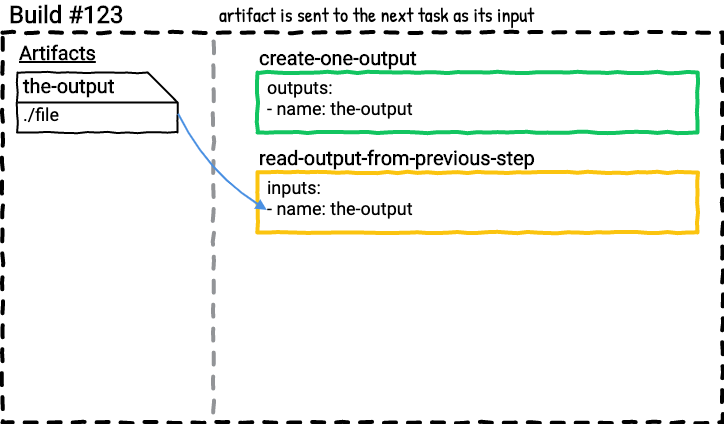
This is tasks-inputs-101/diagrams/example-one/03.png from taylorsilva/posts, a draw.io export, as it was before one commit. Source tidied: cells renumbered, new cells last; positions are measured from the earlier drawing's top-left corner, leaving out a move shared by most shapes. Source of this version:
```xml
<mxGraphModel>
  <root>
    <mxCell id="0" />
    <mxCell id="1" parent="0" />
    <mxCell id="2" style="whiteSpace=wrap;html=1;dashed=1;strokeWidth=4;comic=1;fillColor=none;spacing=2;" parent="1" vertex="1">
      <mxGeometry y="28" width="720" height="390" as="geometry" />
    </mxCell>
    <mxCell id="3" style="endArrow=none;dashed=1;html=1;strokeWidth=4;comic=1;anchorPointDirection=0;exitX=0.293;exitY=0;exitDx=0;exitDy=0;exitPerimeter=0;strokeColor=#929497;" parent="1" edge="1">
      <mxGeometry relative="1" as="geometry">
        <mxPoint x="211" y="37" as="sourcePoint" />
        <mxPoint x="211" y="417" as="targetPoint" />
      </mxGeometry>
    </mxCell>
    <mxCell id="4" value="Untitled Layer" parent="0" />
    <mxCell id="5" value="Build #123" style="text;html=1;strokeColor=none;fillColor=none;align=left;verticalAlign=middle;whiteSpace=wrap;rounded=0;comic=1;fontStyle=1;fontFamily=Roboto;FType=g;fontSize=24;" parent="4" vertex="1">
      <mxGeometry x="5" width="200" height="20" as="geometry" />
    </mxCell>
    <mxCell id="6" value="artifact is sent to the next task as its input" style="text;html=1;strokeColor=none;fillColor=none;align=left;verticalAlign=middle;whiteSpace=wrap;rounded=0;comic=1;fontFamily=Patrick Hand;FType=g;fontSize=20;" parent="4" vertex="1">
      <mxGeometry x="215" width="500" height="20" as="geometry" />
    </mxCell>
    <mxCell id="7" value="Artifacts" style="text;html=1;strokeColor=none;fillColor=none;align=left;verticalAlign=middle;whiteSpace=wrap;rounded=0;comic=1;fontStyle=5;fontFamily=Roboto;FType=g;fontSize=20;" parent="4" vertex="1">
      <mxGeometry x="15" y="38" width="90" height="20" as="geometry" />
    </mxCell>
    <mxCell id="8" style="group;" parent="4" vertex="1">
      <mxGeometry x="15" y="68" width="160" height="130" as="geometry" />
    </mxCell>
    <mxCell id="9" style="shape=card;whiteSpace=wrap;html=1;comic=1;strokeWidth=2;fillColor=none;direction=south;" parent="8" vertex="1">
      <mxGeometry width="160" height="60" as="geometry" />
    </mxCell>
    <mxCell id="10" value="the-output" style="text;html=1;strokeColor=none;fillColor=none;align=left;verticalAlign=middle;whiteSpace=wrap;rounded=0;comic=1;fontFamily=Roboto;fontSize=20;fontStyle=1;" parent="8" vertex="1">
      <mxGeometry x="4" y="3" width="126" height="20" as="geometry" />
    </mxCell>
    <mxCell id="11" value="./file" style="text;html=1;strokeColor=none;fillColor=none;align=center;verticalAlign=middle;whiteSpace=wrap;rounded=0;comic=1;fontFamily=Roboto;fontSize=18;" parent="8" vertex="1">
      <mxGeometry x="4" y="32" width="40" height="20" as="geometry" />
    </mxCell>
    <mxCell id="12" style="endArrow=none;html=1;strokeColor=#000000;strokeWidth=2;fontFamily=Roboto;fontSize=18;exitX=0.5;exitY=1;exitDx=0;exitDy=0;exitPerimeter=0;anchorPointDirection=0;" parent="8" edge="1" source="9">
      <mxGeometry relative="1" as="geometry">
        <mxPoint x="160" y="30" as="targetPoint" />
      </mxGeometry>
    </mxCell>
    <mxCell id="13" style="group;comic=0;" parent="4" vertex="1">
      <mxGeometry x="255" y="68" width="440" height="60" as="geometry" />
    </mxCell>
    <mxCell id="14" value="&lt;b&gt;create-one-output&lt;br&gt;&lt;/b&gt;" style="rounded=0;whiteSpace=wrap;html=1;comic=1;strokeWidth=4;fillColor=none;fontFamily=Roboto;fontSize=20;align=left;labelPosition=center;verticalLabelPosition=top;verticalAlign=bottom;strokeColor=#12C560;" parent="13" vertex="1">
      <mxGeometry width="440" height="60" as="geometry" />
    </mxCell>
    <mxCell id="15" value="outputs:&lt;br&gt;- name: the-output" style="text;strokeColor=none;fillColor=none;align=left;verticalAlign=top;rounded=0;comic=1;fontFamily=Roboto;fontSize=18;spacing=0;labelPosition=center;verticalLabelPosition=middle;html=1;" parent="13" vertex="1">
      <mxGeometry x="10" width="220" height="60" as="geometry" />
    </mxCell>
    <mxCell id="16" style="group;" parent="4" vertex="1">
      <mxGeometry x="255" y="168" width="440" height="60" as="geometry" />
    </mxCell>
    <mxCell id="17" value="&lt;b&gt;read-output-from-previous-step&lt;br&gt;&lt;/b&gt;" style="rounded=0;whiteSpace=wrap;html=1;comic=1;strokeWidth=4;fillColor=none;fontFamily=Roboto;fontSize=20;align=left;labelPosition=center;verticalLabelPosition=top;verticalAlign=bottom;strokeColor=#FBC40F;" parent="16" vertex="1">
      <mxGeometry width="440" height="60" as="geometry" />
    </mxCell>
    <mxCell id="18" value="inputs:&lt;br&gt;- name: the-output" style="text;strokeColor=none;fillColor=none;align=left;verticalAlign=top;rounded=0;comic=1;fontFamily=Roboto;fontSize=18;spacing=0;labelPosition=center;verticalLabelPosition=middle;html=1;" parent="16" vertex="1">
      <mxGeometry x="10" width="250" height="60" as="geometry" />
    </mxCell>
    <mxCell id="19" style="endArrow=block;html=1;strokeColor=#4A90E2;strokeWidth=2;fontFamily=Roboto;fontSize=20;entryX=-0.003;entryY=0.624;entryDx=0;entryDy=0;entryPerimeter=0;exitX=0.688;exitY=-0.004;exitDx=0;exitDy=0;exitPerimeter=0;startArrow=none;startFill=0;comic=0;endFill=1;curved=1;" parent="4" edge="1" source="9" target="18">
      <mxGeometry relative="1" as="geometry">
        <Array as="points">
          <mxPoint x="205" y="168" />
        </Array>
      </mxGeometry>
    </mxCell>
  </root>
</mxGraphModel>
```
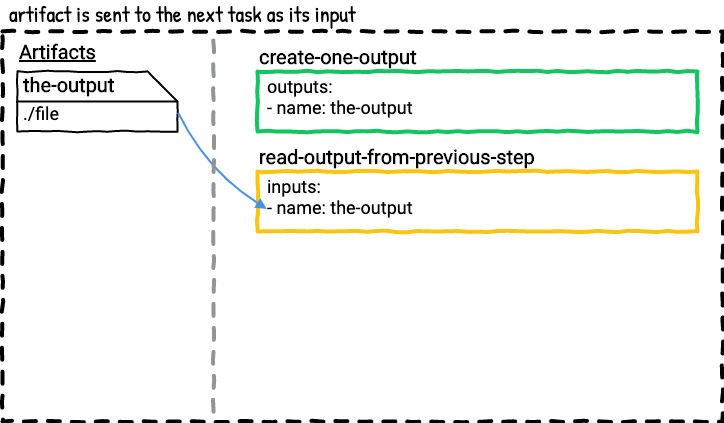
Above is the later version.

What changed in the source:
```diff
@@ -1,22 +1,9 @@
 <mxGraphModel>
   <root>
     <mxCell id="0" />
-    <mxCell id="1" parent="0" />
-    <mxCell id="2" style="whiteSpace=wrap;html=1;dashed=1;strokeWidth=4;comic=1;fillColor=none;spacing=2;" parent="1" vertex="1">
-      <mxGeometry y="28" width="720" height="390" as="geometry" />
-    </mxCell>
-    <mxCell id="3" style="endArrow=none;dashed=1;html=1;strokeWidth=4;comic=1;anchorPointDirection=0;exitX=0.293;exitY=0;exitDx=0;exitDy=0;exitPerimeter=0;strokeColor=#929497;" parent="1" edge="1">
-      <mxGeometry relative="1" as="geometry">
-        <mxPoint x="211" y="37" as="sourcePoint" />
-        <mxPoint x="211" y="417" as="targetPoint" />
-      </mxGeometry>
-    </mxCell>
     <mxCell id="4" value="Untitled Layer" parent="0" />
-    <mxCell id="5" value="Build #123" style="text;html=1;strokeColor=none;fillColor=none;align=left;verticalAlign=middle;whiteSpace=wrap;rounded=0;comic=1;fontStyle=1;fontFamily=Roboto;FType=g;fontSize=24;" parent="4" vertex="1">
-      <mxGeometry x="5" width="200" height="20" as="geometry" />
-    </mxCell>
-    <mxCell id="6" value="artifact is sent to the next task as its input" style="text;html=1;strokeColor=none;fillColor=none;align=left;verticalAlign=middle;whiteSpace=wrap;rounded=0;comic=1;fontFamily=Patrick Hand;FType=g;fontSize=20;" parent="4" vertex="1">
-      <mxGeometry x="215" width="500" height="20" as="geometry" />
+    <mxCell id="6" value="artifact is sent to the next task as its input" style="text;html=1;strokeColor=none;fillColor=none;align=left;verticalAlign=middle;whiteSpace=wrap;rounded=0;comic=1;fontFamily=Patrick Hand;FType=g;fontSize=22;" parent="4" vertex="1">
+      <mxGeometry x="5" width="710" height="20" as="geometry" />
     </mxCell>
     <mxCell id="7" value="Artifacts" style="text;html=1;strokeColor=none;fillColor=none;align=left;verticalAlign=middle;whiteSpace=wrap;rounded=0;comic=1;fontStyle=5;fontFamily=Roboto;FType=g;fontSize=20;" parent="4" vertex="1">
       <mxGeometry x="15" y="38" width="90" height="20" as="geometry" />
@@ -63,5 +50,14 @@
         </Array>
       </mxGeometry>
     </mxCell>
+    <mxCell id="2" style="whiteSpace=wrap;html=1;dashed=1;strokeWidth=4;comic=1;fillColor=none;spacing=2;" parent="4" vertex="1">
+      <mxGeometry y="28" width="720" height="390" as="geometry" />
+    </mxCell>
+    <mxCell id="3" style="endArrow=none;dashed=1;html=1;strokeWidth=4;comic=1;anchorPointDirection=0;exitX=0.293;exitY=0;exitDx=0;exitDy=0;exitPerimeter=0;strokeColor=#929497;" parent="4" edge="1">
+      <mxGeometry relative="1" as="geometry">
+        <mxPoint x="211" y="37" as="sourcePoint" />
+        <mxPoint x="211" y="417" as="targetPoint" />
+      </mxGeometry>
+    </mxCell>
   </root>
 </mxGraphModel>
```
